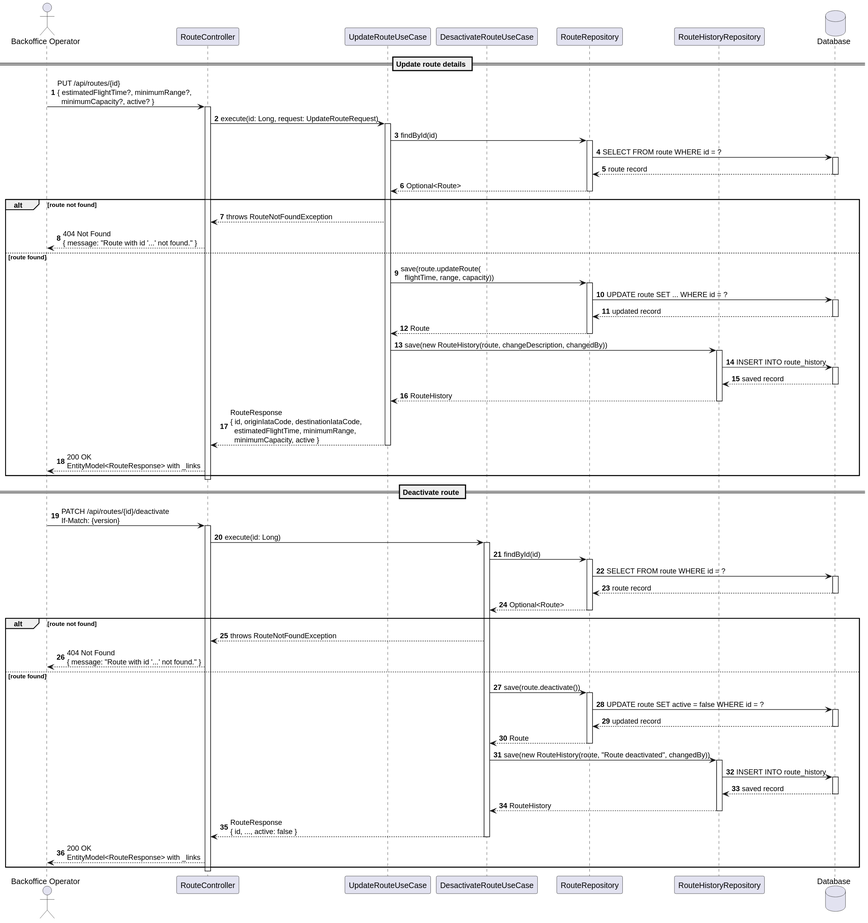
The PlantUML diagram docs/system-documentation/use-cases/WP3A/US112/svg/sd_us112.svg in VascoMagolo/psoft_1231562_1241692_1242036_2db, before a commit.
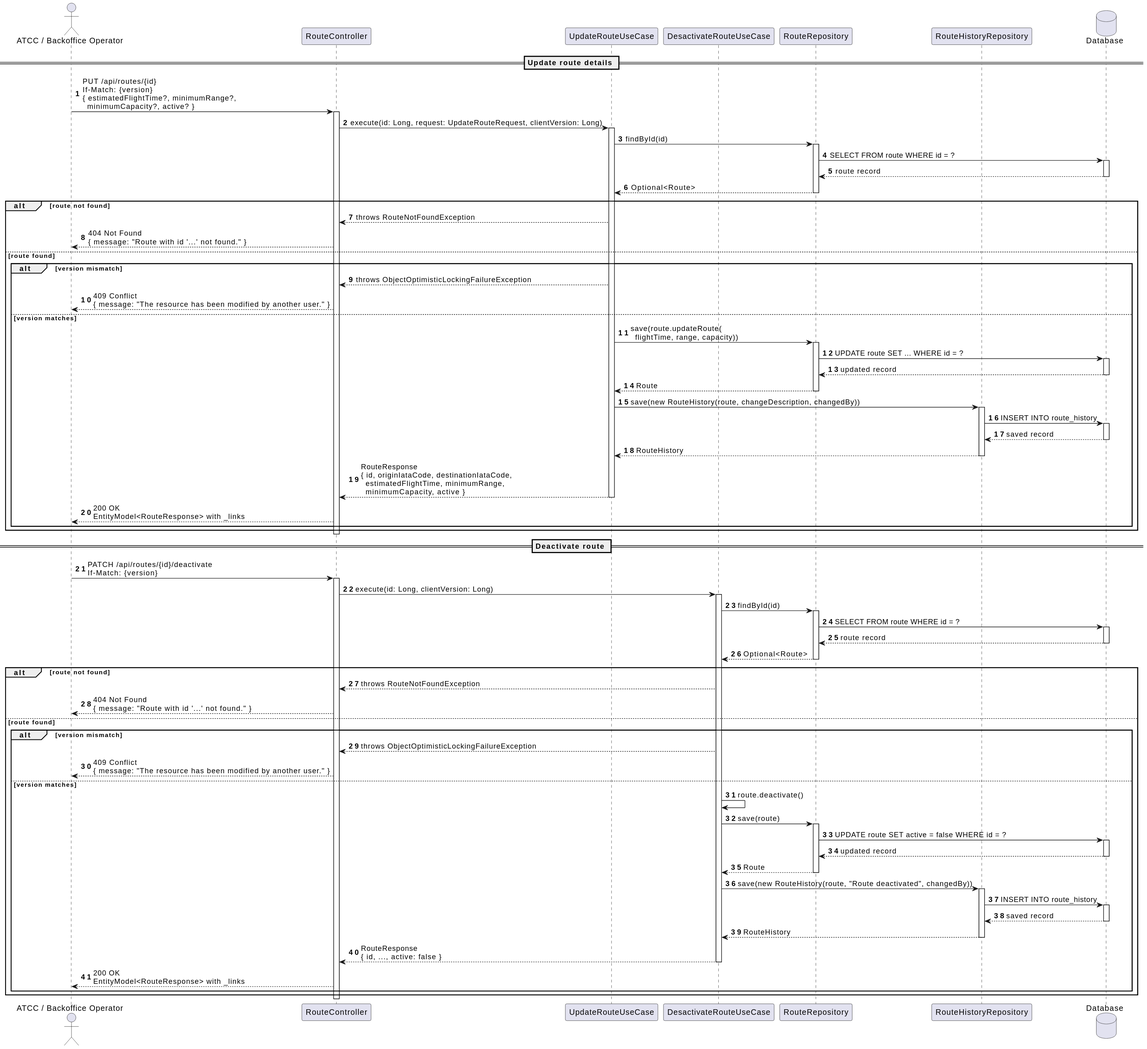
The same diagram one commit later.

Diff of the diagram source:
```diff
@@ -1,6 +1,6 @@
 @startuml
 autonumber
-actor "Backoffice Operator" as Actor
+actor "ATCC / Backoffice Operator" as Actor
 participant "RouteController" as Ctrl
 participant "UpdateRouteUseCase" as UpdateUC
 participant "DesactivateRouteUseCase" as DeactivateUC
@@ -9,10 +9,10 @@
 database "Database" as DB
 
 == Update route details ==
-Actor -> Ctrl : PUT /api/routes/{id}\n{ estimatedFlightTime?, minimumRange?,\n  minimumCapacity?, active? }
+Actor -> Ctrl : PUT /api/routes/{id}\nIf-Match: {version}\n{ estimatedFlightTime?, minimumRange?,\n  minimumCapacity?, active? }
 activate Ctrl
 
-Ctrl -> UpdateUC : execute(id: Long, request: UpdateRouteRequest)
+Ctrl -> UpdateUC : execute(id: Long, request: UpdateRouteRequest, clientVersion: Long)
 activate UpdateUC
 
 UpdateUC -> Repo : findById(id)
@@ -28,27 +28,32 @@
   UpdateUC --> Ctrl : throws RouteNotFoundException
   Ctrl --> Actor : 404 Not Found\n{ message: "Route with id '...' not found." }
 else route found
-  UpdateUC -> Repo : save(route.updateRoute(\n  flightTime, range, capacity))
-  activate Repo
-  Repo -> DB : UPDATE route SET ... WHERE id = ?
-  activate DB
-  DB --> Repo : updated record
-  deactivate DB
-  Repo --> UpdateUC : Route
-  deactivate Repo
+  alt version mismatch
+    UpdateUC --> Ctrl : throws ObjectOptimisticLockingFailureException
+    Ctrl --> Actor : 409 Conflict\n{ message: "The resource has been modified by another user." }
+  else version matches
+    UpdateUC -> Repo : save(route.updateRoute(\n  flightTime, range, capacity))
+    activate Repo
+    Repo -> DB : UPDATE route SET ... WHERE id = ?
+    activate DB
+    DB --> Repo : updated record
+    deactivate DB
+    Repo --> UpdateUC : Route
+    deactivate Repo
 
-  UpdateUC -> HistoryRepo : save(new RouteHistory(route, changeDescription, changedBy))
-  activate HistoryRepo
-  HistoryRepo -> DB : INSERT INTO route_history
-  activate DB
-  DB --> HistoryRepo : saved record
-  deactivate DB
-  HistoryRepo --> UpdateUC : RouteHistory
-  deactivate HistoryRepo
+    UpdateUC -> HistoryRepo : save(new RouteHistory(route, changeDescription, changedBy))
+    activate HistoryRepo
+    HistoryRepo -> DB : INSERT INTO route_history
+    activate DB
+    DB --> HistoryRepo : saved record
+    deactivate DB
+    HistoryRepo --> UpdateUC : RouteHistory
+    deactivate HistoryRepo
 
-  UpdateUC --> Ctrl : RouteResponse\n{ id, originIataCode, destinationIataCode,\n  estimatedFlightTime, minimumRange,\n  minimumCapacity, active }
-  deactivate UpdateUC
-  Ctrl --> Actor : 200 OK\nEntityModel<RouteResponse> with _links
+    UpdateUC --> Ctrl : RouteResponse\n{ id, originIataCode, destinationIataCode,\n  estimatedFlightTime, minimumRange,\n  minimumCapacity, active }
+    deactivate UpdateUC
+    Ctrl --> Actor : 200 OK\nEntityModel<RouteResponse> with _links
+  end
 end
 
 deactivate Ctrl
@@ -57,7 +62,7 @@
 Actor -> Ctrl : PATCH /api/routes/{id}/deactivate\nIf-Match: {version}
 activate Ctrl
 
-Ctrl -> DeactivateUC : execute(id: Long)
+Ctrl -> DeactivateUC : execute(id: Long, clientVersion: Long)
 activate DeactivateUC
 
 DeactivateUC -> Repo : findById(id)
@@ -73,27 +78,33 @@
   DeactivateUC --> Ctrl : throws RouteNotFoundException
   Ctrl --> Actor : 404 Not Found\n{ message: "Route with id '...' not found." }
 else route found
-  DeactivateUC -> Repo : save(route.deactivate())
-  activate Repo
-  Repo -> DB : UPDATE route SET active = false WHERE id = ?
-  activate DB
-  DB --> Repo : updated record
-  deactivate DB
-  Repo --> DeactivateUC : Route
-  deactivate Repo
+  alt version mismatch
+    DeactivateUC --> Ctrl : throws ObjectOptimisticLockingFailureException
+    Ctrl --> Actor : 409 Conflict\n{ message: "The resource has been modified by another user." }
+  else version matches
+    DeactivateUC -> DeactivateUC : route.deactivate()
+    DeactivateUC -> Repo : save(route)
+    activate Repo
+    Repo -> DB : UPDATE route SET active = false WHERE id = ?
+    activate DB
+    DB --> Repo : updated record
+    deactivate DB
+    Repo --> DeactivateUC : Route
+    deactivate Repo
 
-  DeactivateUC -> HistoryRepo : save(new RouteHistory(route, "Route deactivated", changedBy))
-  activate HistoryRepo
-  HistoryRepo -> DB : INSERT INTO route_history
-  activate DB
-  DB --> HistoryRepo : saved record
-  deactivate DB
-  HistoryRepo --> DeactivateUC : RouteHistory
-  deactivate HistoryRepo
+    DeactivateUC -> HistoryRepo : save(new RouteHistory(route, "Route deactivated", changedBy))
+    activate HistoryRepo
+    HistoryRepo -> DB : INSERT INTO route_history
+    activate DB
+    DB --> HistoryRepo : saved record
+    deactivate DB
+    HistoryRepo --> DeactivateUC : RouteHistory
+    deactivate HistoryRepo
 
-  DeactivateUC --> Ctrl : RouteResponse\n{ id, ..., active: false }
-  deactivate DeactivateUC
-  Ctrl --> Actor : 200 OK\nEntityModel<RouteResponse> with _links
+    DeactivateUC --> Ctrl : RouteResponse\n{ id, ..., active: false }
+    deactivate DeactivateUC
+    Ctrl --> Actor : 200 OK\nEntityModel<RouteResponse> with _links
+  end
 end
 
 deactivate Ctrl
```
